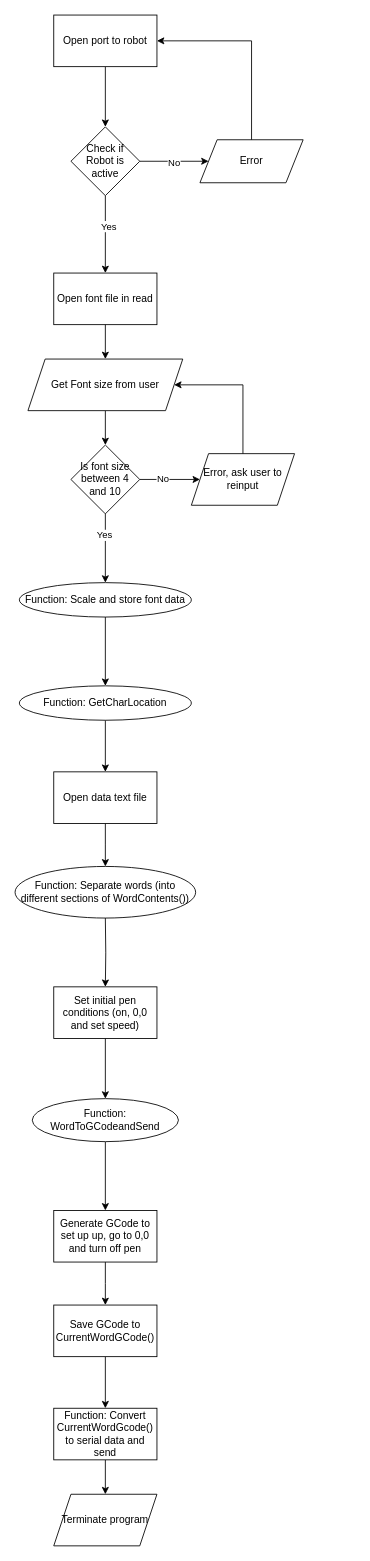
Before: page "Page-1" (1 of 2) of CW2 Top Level.drawio in EBlagdon/MMME3085-Coursework-2, a draw.io diagram. Source tidied: cells renumbered, new cells numbered last; positions are measured from the earlier drawing's top-left corner, leaving out a move shared by most shapes. Both pictures are drawn from the tidied source at 86%, with x=0, y=0 at pixel (15, 15).
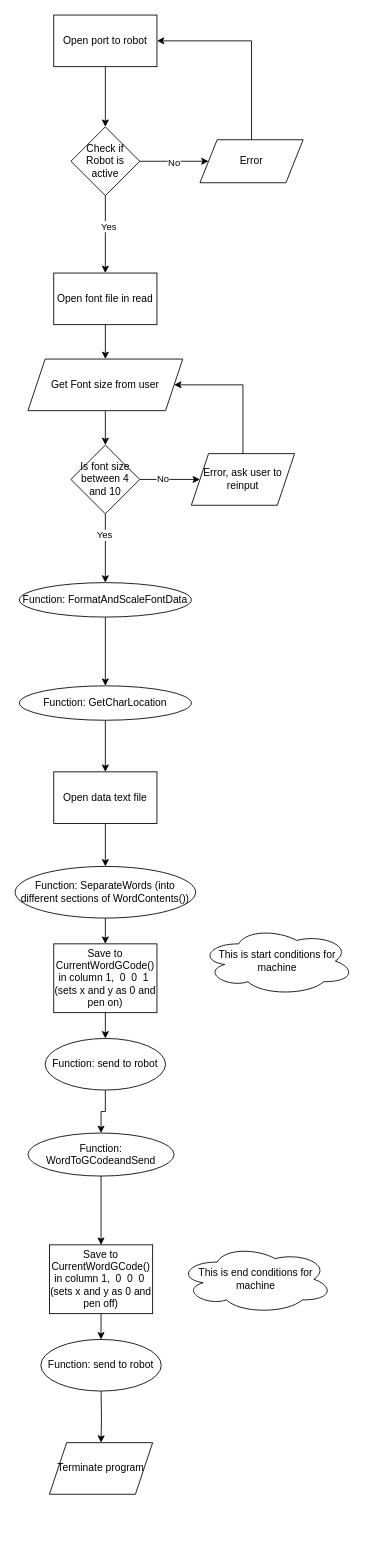
After the change.

Change to the diagram source:
```diff
@@
-    <mxCell id="22" value="Function: Scale and store font data" style="ellipse;whiteSpace=wrap;html=1;rounded=0;" parent="1" vertex="1">
+    <mxCell id="22" value="Function: FormatAndScaleFontData" style="ellipse;whiteSpace=wrap;html=1;rounded=0;" parent="1" vertex="1">
       <mxGeometry x="5" y="660" width="200" height="40" as="geometry" />
     </mxCell>
@@
-    <mxCell id="25" style="edgeStyle=orthogonalEdgeStyle;rounded=0;jettySize=auto;html=1;" parent="1" edge="1" target="32">
+    <mxCell id="25" style="edgeStyle=orthogonalEdgeStyle;rounded=0;orthogonalLoop=1;jettySize=auto;html=1;" parent="1" edge="1">
       <mxGeometry relative="1" as="geometry">
         <mxPoint x="105" y="1050" as="sourcePoint" />
+        <mxPoint x="105" y="1080" as="targetPoint" />
       </mxGeometry>
     </mxCell>
@@
     <mxCell id="27" value="Function: WordToGCodeandSend" style="ellipse;whiteSpace=wrap;html=1;rounded=0;" parent="1" vertex="1">
-      <mxGeometry x="20" y="1260" width="170" height="50" as="geometry" />
+      <mxGeometry x="15" y="1300" width="170" height="50" as="geometry" />
     </mxCell>
     <mxCell id="28" style="edgeStyle=orthogonalEdgeStyle;rounded=0;jettySize=auto;html=1;" parent="1" edge="1" source="29">
       <mxGeometry relative="1" as="geometry">
-        <mxPoint x="105" y="1500" as="targetPoint" />
+        <mxPoint x="100" y="1540" as="targetPoint" />
       </mxGeometry>
     </mxCell>
-    <mxCell id="29" value="Generate GCode to set up up, go to 0,0 and turn off pen" style="whiteSpace=wrap;html=1;" parent="1" vertex="1">
-      <mxGeometry x="45" y="1390" width="120" height="60" as="geometry" />
+    <mxCell id="29" value="Save to CurrentWordGCode() in column 1,&amp;nbsp; 0&amp;nbsp; 0&amp;nbsp; 0&amp;nbsp; (sets x and y as 0 and pen off)" style="whiteSpace=wrap;html=1;" parent="1" vertex="1">
+      <mxGeometry x="40" y="1430" width="120" height="80" as="geometry" />
     </mxCell>
     <mxCell id="30" value="Terminate program" style="shape=parallelogram;perimeter=parallelogramPerimeter;whiteSpace=wrap;html=1;fixedSize=1;" parent="1" vertex="1">
-      <mxGeometry x="45" y="1720" width="120" height="60" as="geometry" />
+      <mxGeometry x="40" y="1660" width="120" height="60" as="geometry" />
     </mxCell>
-    <mxCell id="31" style="edgeStyle=orthogonalEdgeStyle;rounded=0;jettySize=auto;html=1;entryX=0.5;entryY=0;entryDx=0;entryDy=0;" parent="1" edge="1" source="32" target="27">
-      <mxGeometry relative="1" as="geometry" />
-    </mxCell>
-    <mxCell id="32" value="Set initial pen conditions (on, 0,0 and set speed)" style="whiteSpace=wrap;html=1;rounded=0;" parent="1" vertex="1">
-      <mxGeometry x="45" y="1130" width="120" height="60" as="geometry" />
-    </mxCell>
@@
-    <mxCell id="34" value="Function: Separate words (into different sections of WordContents())" style="ellipse;whiteSpace=wrap;html=1;" parent="1" vertex="1">
+    <mxCell id="34" value="Function: SeparateWords (into different sections of WordContents())" style="ellipse;whiteSpace=wrap;html=1;" parent="1" vertex="1">
       <mxGeometry y="990" width="210" height="60" as="geometry" />
     </mxCell>
@@
-    <mxCell id="37" style="edgeStyle=orthogonalEdgeStyle;rounded=0;jettySize=auto;html=1;" parent="1" edge="1" source="38" target="30">
-      <mxGeometry relative="1" as="geometry" />
+    <mxCell id="37" style="edgeStyle=orthogonalEdgeStyle;rounded=0;jettySize=auto;html=1;" parent="1" edge="1" target="30">
+      <mxGeometry relative="1" as="geometry">
+        <mxPoint x="100" y="1600" as="sourcePoint" />
+      </mxGeometry>
     </mxCell>
-    <mxCell id="38" value="Function: Convert CurrentWordGcode() to serial data and send" style="rounded=0;whiteSpace=wrap;html=1;" parent="1" vertex="1">
-      <mxGeometry x="45" y="1620" width="120" height="60" as="geometry" />
-    </mxCell>
-    <mxCell id="39" style="edgeStyle=orthogonalEdgeStyle;rounded=0;jettySize=auto;html=1;" parent="1" edge="1" source="40" target="38">
-      <mxGeometry relative="1" as="geometry" />
-    </mxCell>
-    <mxCell id="40" value="Save GCode to CurrentWordGCode()" style="rounded=0;whiteSpace=wrap;html=1;" parent="1" vertex="1">
-      <mxGeometry x="45" y="1500" width="120" height="60" as="geometry" />
-    </mxCell>
+    <mxCell id="41" value="Function: send to robot" style="ellipse;whiteSpace=wrap;html=1;" parent="1" vertex="1">
+      <mxGeometry x="30" y="1540" width="140" height="60" as="geometry" />
+    </mxCell>
+    <mxCell id="42" value="This is end conditions for machine" style="ellipse;shape=cloud;whiteSpace=wrap;html=1;" parent="1" vertex="1">
+      <mxGeometry x="190" y="1430" width="180" height="80" as="geometry" />
+    </mxCell>
+    <mxCell id="43" value="This is start conditions for machine" style="ellipse;shape=cloud;whiteSpace=wrap;html=1;" parent="1" vertex="1">
+      <mxGeometry x="215" y="1060" width="180" height="80" as="geometry" />
+    </mxCell>
+    <mxCell id="44" style="edgeStyle=orthogonalEdgeStyle;rounded=0;jettySize=auto;html=1;" parent="1" edge="1" source="45">
+      <mxGeometry relative="1" as="geometry">
+        <mxPoint x="105" y="1190" as="targetPoint" />
+      </mxGeometry>
+    </mxCell>
+    <mxCell id="45" value="Save to CurrentWordGCode() in column 1,&amp;nbsp; 0&amp;nbsp; 0&amp;nbsp; 1&amp;nbsp; (sets x and y as 0 and pen on)" style="whiteSpace=wrap;html=1;" parent="1" vertex="1">
+      <mxGeometry x="45" y="1080" width="120" height="80" as="geometry" />
+    </mxCell>
+    <mxCell id="46" style="edgeStyle=orthogonalEdgeStyle;rounded=0;jettySize=auto;html=1;" parent="1" edge="1" source="47" target="27">
+      <mxGeometry relative="1" as="geometry" />
+    </mxCell>
+    <mxCell id="47" value="Function: send to robot" style="ellipse;whiteSpace=wrap;html=1;" parent="1" vertex="1">
+      <mxGeometry x="35" y="1190" width="140" height="60" as="geometry" />
+    </mxCell>
```
